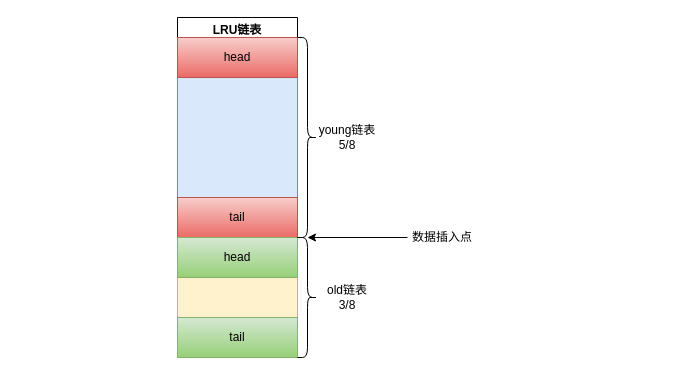
Above: LRU.drawio in wqfgithub/drawio (draw.io), before the change. Source tidied: cells renumbered, new cells numbered last; positions are measured from the earlier drawing's top-left corner, leaving out a move shared by most shapes. Both pictures are drawn from the tidied source at 100%, with x=0, y=0 at pixel (177, 17).
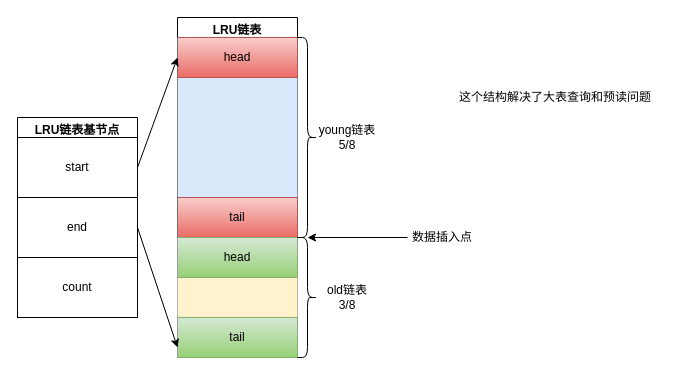
The same page after the edit.

The change refers to these unchanged cells:
```xml
<mxCell id="5" value="head" style="rounded=0;whiteSpace=wrap;html=1;gradientColor=#ea6b66;fillColor=#f8cecc;strokeColor=#b85450;" parent="2" vertex="1">
  <mxGeometry y="20" width="120" height="40" as="geometry" />
</mxCell>
<mxCell id="8" value="tail" style="rounded=0;whiteSpace=wrap;html=1;gradientColor=#97d077;fillColor=#d5e8d4;strokeColor=#82b366;" parent="2" vertex="1">
  <mxGeometry y="300" width="120" height="40" as="geometry" />
</mxCell>
```

The edit, as a diff of the source:
```diff
@@
+    <mxCell id="15" value="LRU链表基节点" style="swimlane;" parent="1" vertex="1">
+      <mxGeometry x="-160" y="100" width="120" height="200" as="geometry" />
+    </mxCell>
+    <mxCell id="16" value="end" style="whiteSpace=wrap;html=1;" parent="15" vertex="1">
+      <mxGeometry y="80" width="120" height="60" as="geometry" />
+    </mxCell>
+    <mxCell id="17" value="count" style="whiteSpace=wrap;html=1;" parent="15" vertex="1">
+      <mxGeometry y="140" width="120" height="60" as="geometry" />
+    </mxCell>
+    <mxCell id="18" value="start" style="whiteSpace=wrap;html=1;" parent="1" vertex="1">
+      <mxGeometry x="-160" y="120" width="120" height="60" as="geometry" />
+    </mxCell>
+    <mxCell id="19" style="endArrow=classic;html=1;exitX=1;exitY=0.5;exitDx=0;exitDy=0;entryX=0;entryY=0.5;entryDx=0;entryDy=0;" parent="1" edge="1" source="18" target="5">
+      <mxGeometry relative="1" as="geometry" />
+    </mxCell>
+    <mxCell id="20" style="endArrow=classic;html=1;exitX=1;exitY=0.5;exitDx=0;exitDy=0;entryX=0;entryY=0.75;entryDx=0;entryDy=0;" parent="1" edge="1" source="16" target="8">
+      <mxGeometry relative="1" as="geometry" />
+    </mxCell>
+    <mxCell id="21" value="这个结构解决了大表查询和预读问题" style="text;html=1;strokeColor=none;fillColor=none;align=left;verticalAlign=middle;whiteSpace=wrap;rounded=0;" parent="1" vertex="1">
+      <mxGeometry x="280" y="60" width="200" height="40" as="geometry" />
+    </mxCell>
```
